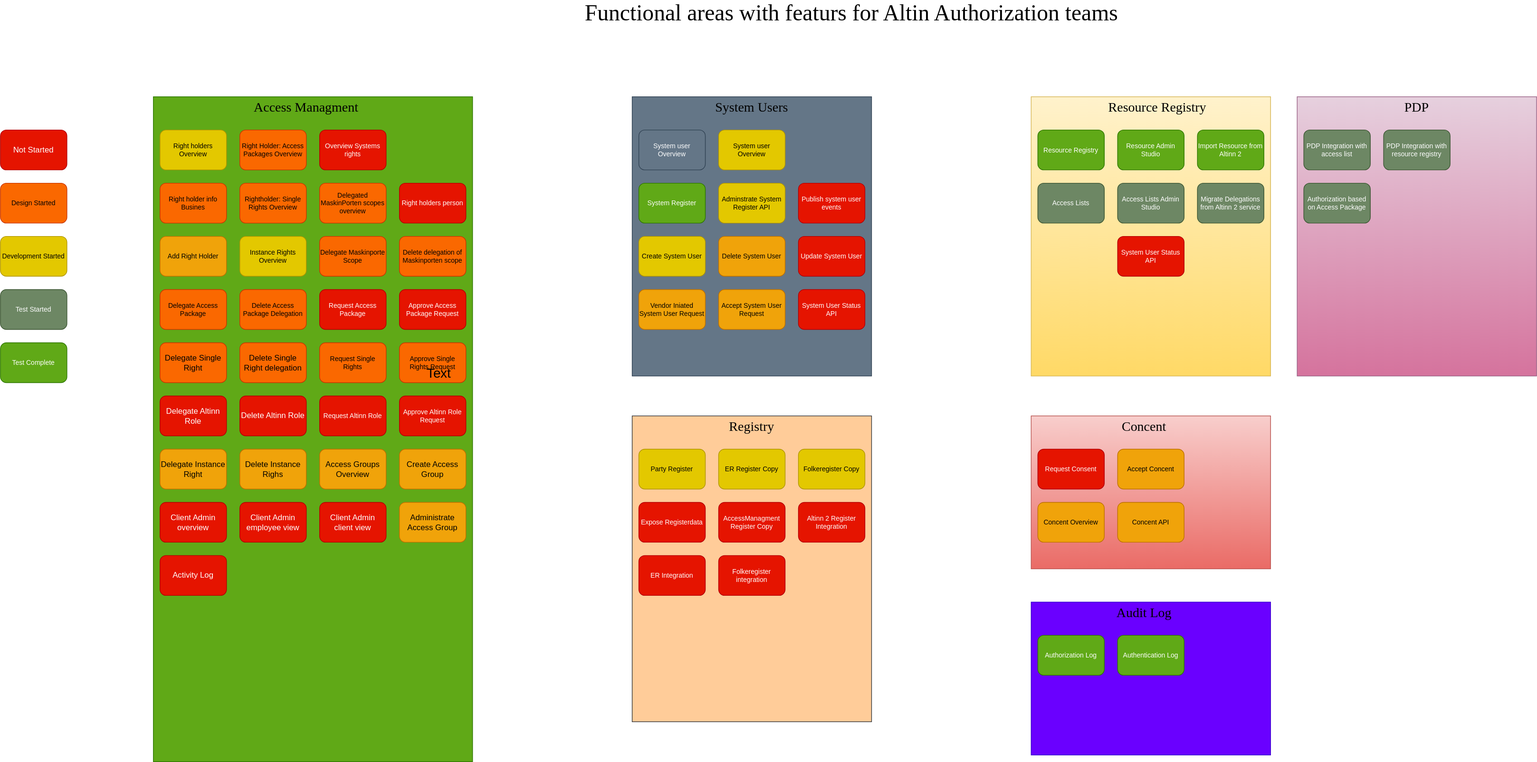
The draw.io diagram content/authorization/what-do-you-get/functionalareas.drawio.svg in Altinn/altinn-studio-docs, before a commit. Source tidied: cells renumbered, new cells last; positions are measured from the earlier drawing's top-left corner, leaving out a move shared by most shapes.
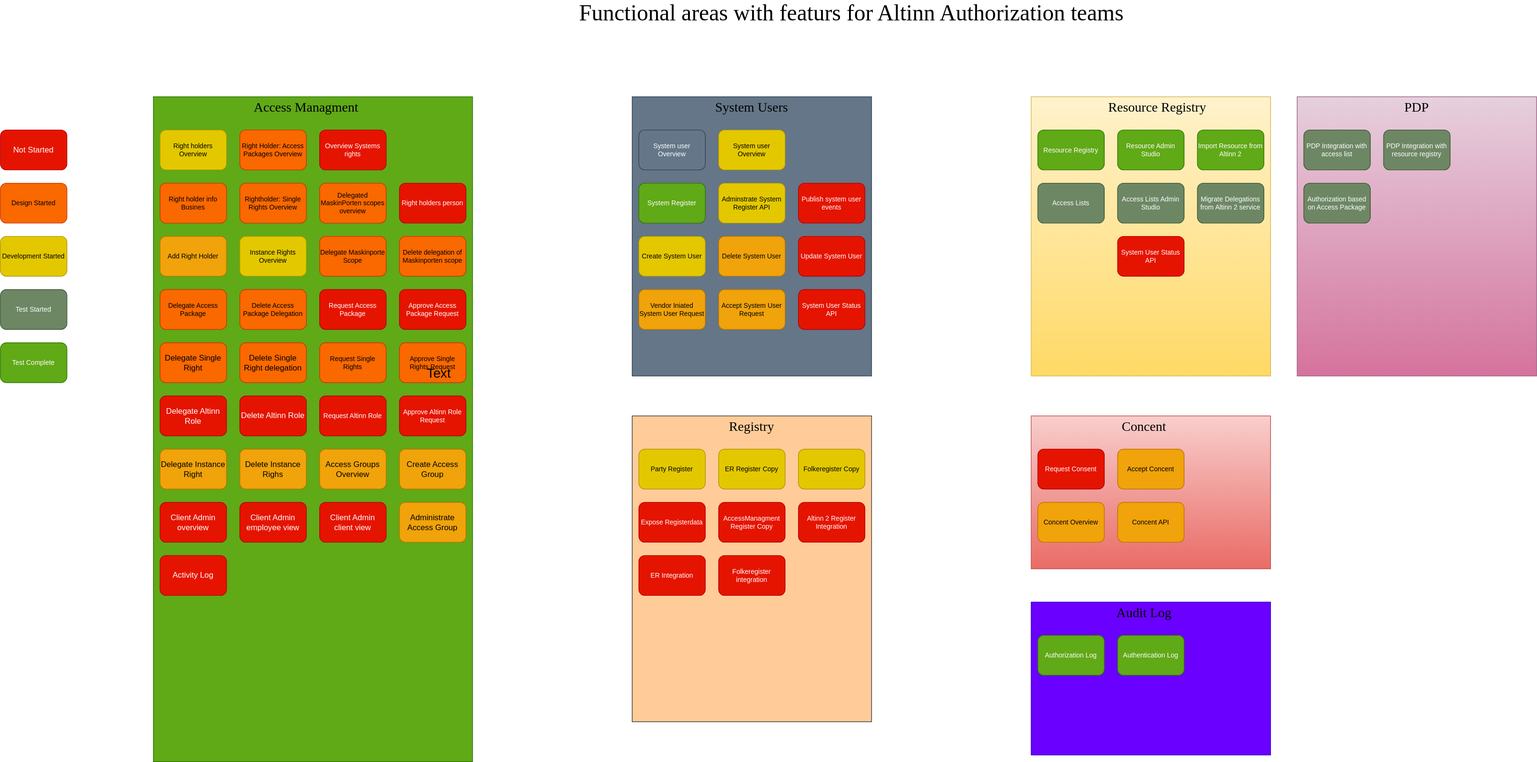
After the change.

Diff of the diagram source:
```diff
@@ -263,7 +263,7 @@
     <mxCell id="88" value="Text" style="text;html=1;strokeColor=none;fillColor=none;align=center;verticalAlign=middle;whiteSpace=wrap;rounded=0;sketch=1;hachureGap=4;jiggle=2;curveFitting=1;fontFamily=Architects Daughter;fontSource=https%3A%2F%2Ffonts.googleapis.com%2Fcss%3Ffamily%3DArchitects%2BDaughter;fontSize=20;" parent="1" vertex="1">
       <mxGeometry x="630" y="540" width="60" height="30" as="geometry" />
     </mxCell>
-    <mxCell id="89" value="Functional areas with featurs for Altin Authorization teams" style="text;html=1;strokeColor=none;fillColor=none;align=center;verticalAlign=middle;whiteSpace=wrap;rounded=0;sketch=1;hachureGap=4;jiggle=2;curveFitting=1;fontFamily=Verdana;fontSize=34;" parent="1" vertex="1">
+    <mxCell id="89" value="Functional areas with featurs for Altinn Authorization teams" style="text;html=1;strokeColor=none;fillColor=none;align=center;verticalAlign=middle;whiteSpace=wrap;rounded=0;sketch=1;hachureGap=4;jiggle=2;curveFitting=1;fontFamily=Verdana;fontSize=34;" parent="1" vertex="1">
       <mxGeometry x="720" width="1120" height="30" as="geometry" />
     </mxCell>
   </root>
```
